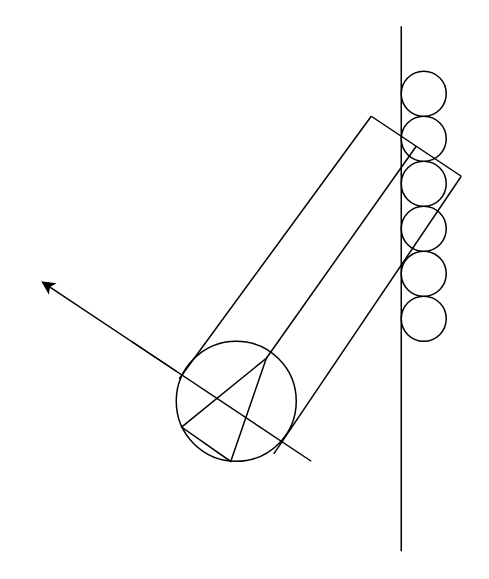
This is avoidance.drawio from picadud/StudioA, a draw.io file, before an edit. Source tidied: cells renumbered, new cells numbered last; positions are measured from the earlier drawing's top-left corner, leaving out a move shared by most shapes. Both pictures are drawn from the tidied source at 150%, with x=0, y=0 at pixel (40, 26).
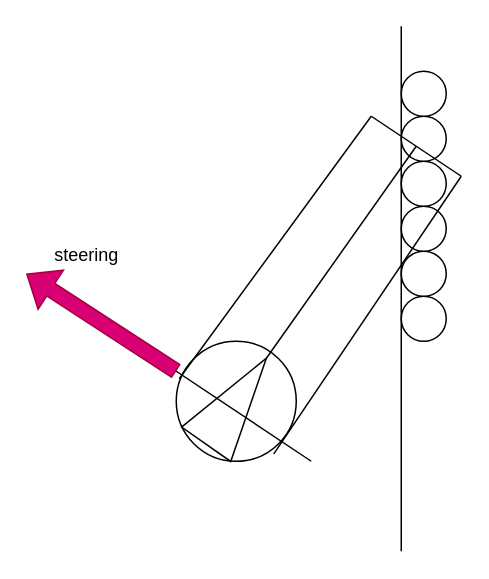
The same diagram, later.

Diff of the diagram source:
```diff
@@
-    <mxCell id="16" style="endArrow=classic;html=1;rounded=0;" parent="1" edge="1">
-      <mxGeometry relative="1" as="geometry">
-        <mxPoint x="90" y="230" as="sourcePoint" />
-        <mxPoint y="170" as="targetPoint" />
-      </mxGeometry>
-    </mxCell>
+    <mxCell id="17" style="shape=flexArrow;endArrow=classic;html=1;rounded=0;fillColor=#d80073;strokeColor=#A50040;" parent="1" edge="1">
+      <mxGeometry relative="1" as="geometry">
+        <mxPoint x="90" y="230" as="sourcePoint" />
+        <mxPoint x="-10" y="165" as="targetPoint" />
+      </mxGeometry>
+    </mxCell>
+    <mxCell id="18" value="steering" style="text;html=1;align=center;verticalAlign=middle;strokeColor=none;fillColor=none;" parent="1" vertex="1">
+      <mxGeometry x="-5" y="138" width="70" height="30" as="geometry" />
+    </mxCell>
```
